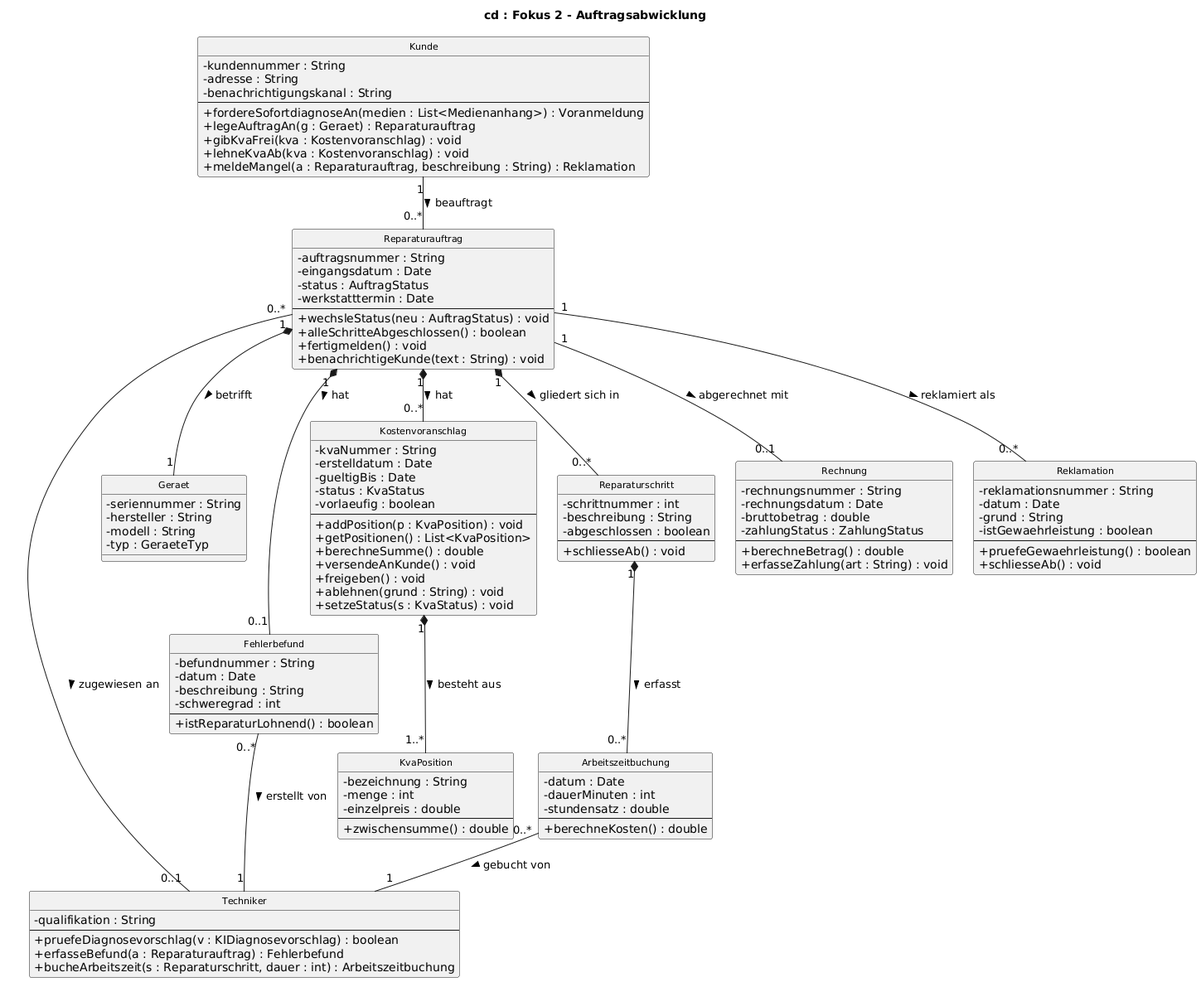
Earlier version of the PlantUML export uml/klassen-fokus-2-auftrag.png (jakobschwan123-cmd/casestudy-semester-3).
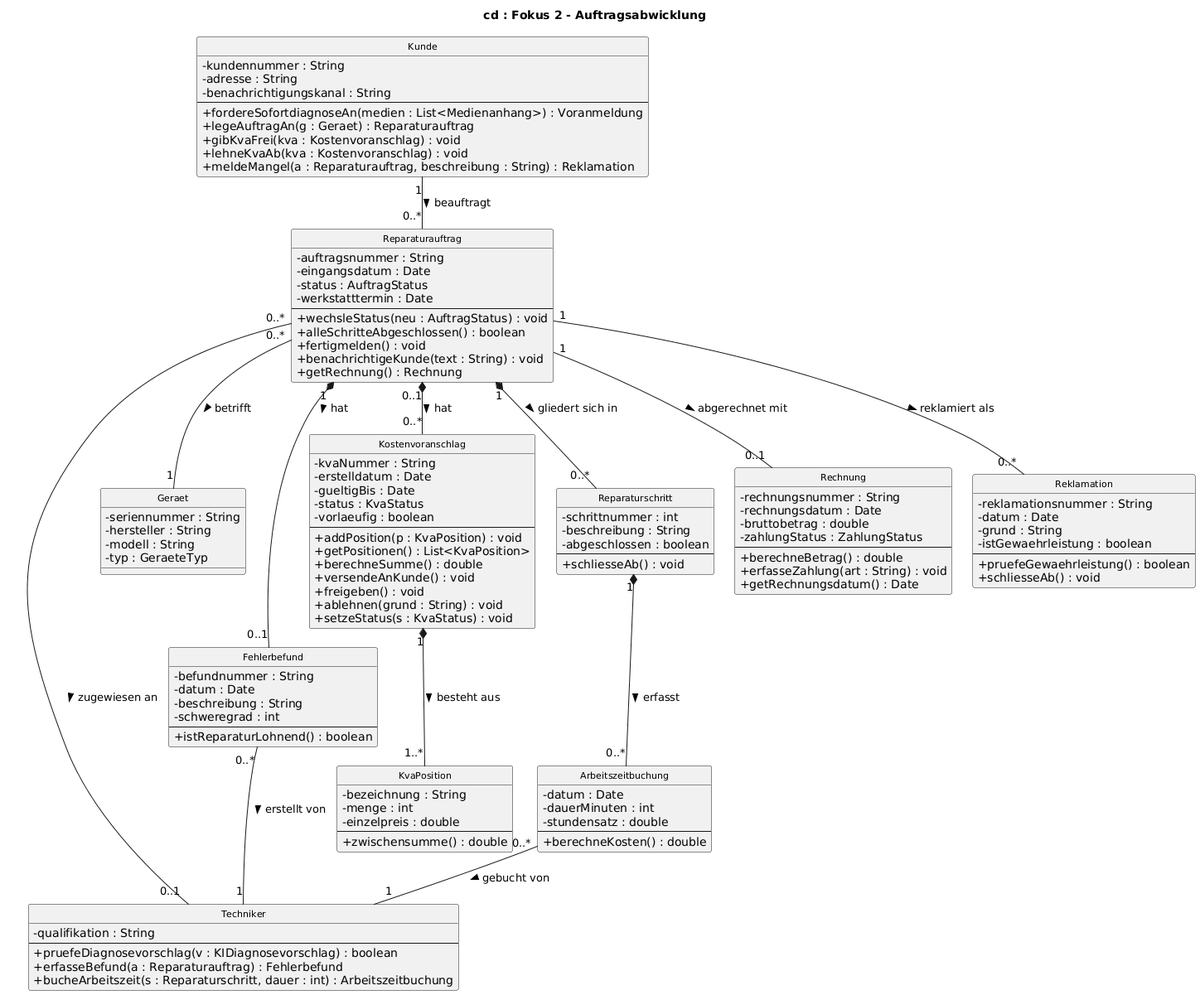
After the change.

Diff of the diagram source:
```diff
@@ -35,6 +35,7 @@
   + alleSchritteAbgeschlossen() : boolean
   + fertigmelden() : void
   + benachrichtigeKunde(text : String) : void
+  + getRechnung() : Rechnung
 }
 class Geraet {
   - seriennummer : String
@@ -94,6 +95,7 @@
   --
   + berechneBetrag() : double
   + erfasseZahlung(art : String) : void
+  + getRechnungsdatum() : Date
 }
 class Reklamation {
   - reklamationsnummer : String
@@ -105,11 +107,11 @@
   + schliesseAb() : void
 }
 Kunde "1" -down- "0..*" Reparaturauftrag : beauftragt >
-Reparaturauftrag "1" *-- "1" Geraet : betrifft >
+Reparaturauftrag "0..*" -- "1" Geraet : betrifft >
 Reparaturauftrag "0..*" -- "0..1" Techniker : zugewiesen an >
 Reparaturauftrag "1" *-- "0..1" Fehlerbefund : hat >
 Fehlerbefund "0..*" -- "1" Techniker : erstellt von >
-Reparaturauftrag "1" *-- "0..*" Kostenvoranschlag : hat >
+Reparaturauftrag "0..1" *-- "0..*" Kostenvoranschlag : hat >
 Kostenvoranschlag "1" *-down- "1..*" KvaPosition : besteht aus >
 Reparaturauftrag "1" *-down- "0..*" Reparaturschritt : gliedert sich in >
 Reparaturschritt "1" *-down- "0..*" Arbeitszeitbuchung : erfasst >
```
